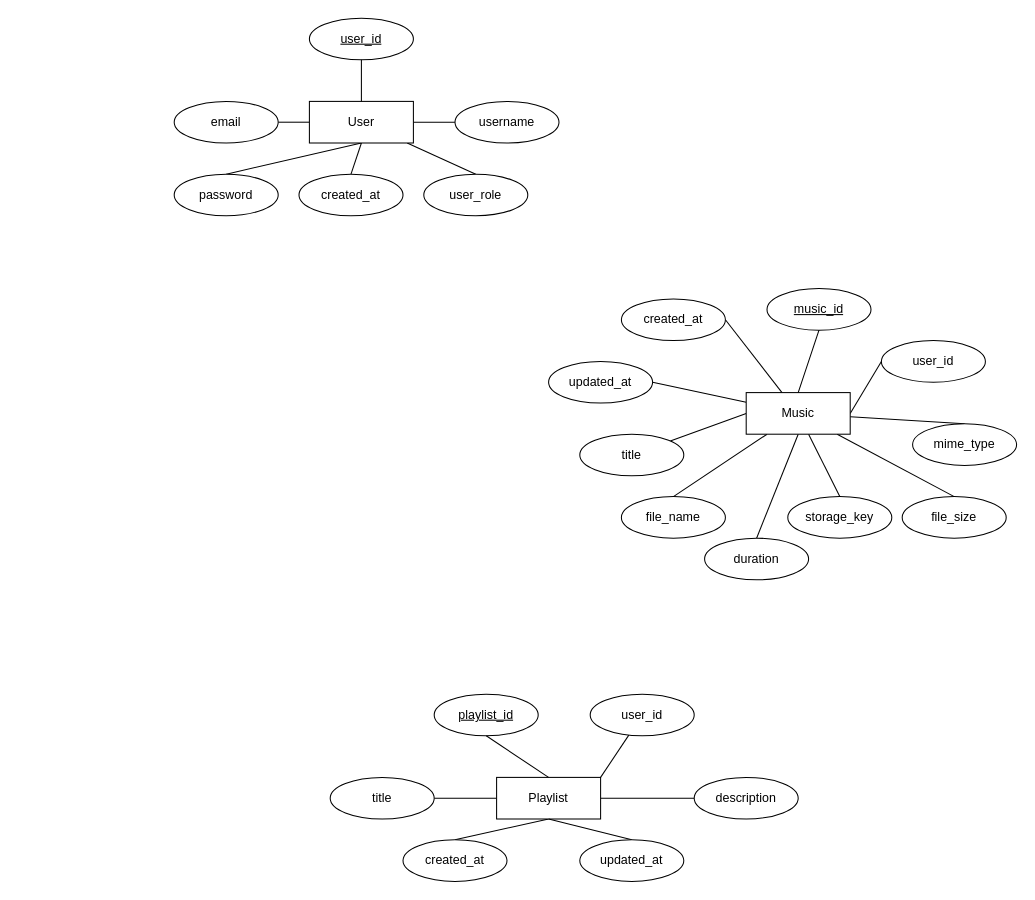
Above: erd.drawio in thomas1854/musicapi (draw.io), before the change. Source tidied: cells renumbered, new cells numbered last; positions are measured from the earlier drawing's top-left corner, leaving out a move shared by most shapes. Both pictures are drawn from the tidied source at 104%, with x=0, y=0 at pixel (174, 18).
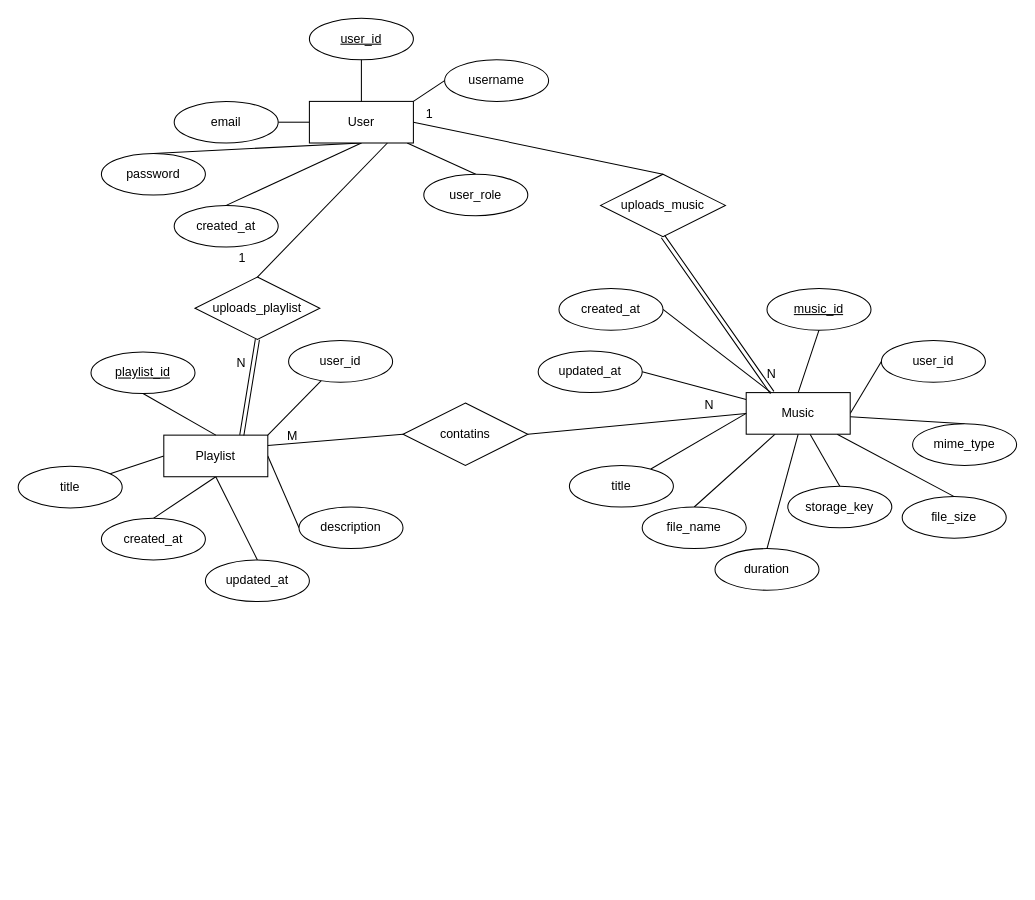
After the change.

Commit message (it also covers changes not shown here):
feat: add music deletion from playlist with authorization

Unchanged cells that the change refers to:
```xml
<mxCell id="7" value="User" style="whiteSpace=wrap;html=1;align=center;" parent="1" vertex="1">
  <mxGeometry x="130" y="80" width="100" height="40" as="geometry" />
</mxCell>
<mxCell id="24" value="Music" style="whiteSpace=wrap;html=1;align=center;" parent="1" vertex="1">
  <mxGeometry x="550" y="360" width="100" height="40" as="geometry" />
</mxCell>
```

Diff of the diagram source:
```diff
@@
-    <mxCell id="3" style="rounded=0;jettySize=auto;html=1;exitX=1;exitY=0.5;exitDx=0;exitDy=0;entryX=0;entryY=0.5;entryDx=0;entryDy=0;endArrow=none;endFill=0;" parent="1" edge="1" source="7" target="9">
+    <mxCell id="3" style="rounded=0;jettySize=auto;html=1;exitX=1;exitY=0;exitDx=0;exitDy=0;entryX=0;entryY=0.5;entryDx=0;entryDy=0;endArrow=none;endFill=0;" parent="1" edge="1" source="7" target="9">
       <mxGeometry relative="1" as="geometry" />
     </mxCell>
@@
     <mxCell id="9" value="&lt;p&gt;username&lt;/p&gt;" style="ellipse;whiteSpace=wrap;html=1;align=center;fontStyle=0;" parent="1" vertex="1">
-      <mxGeometry x="270" y="80" width="100" height="40" as="geometry" />
+      <mxGeometry x="260" y="40" width="100" height="40" as="geometry" />
     </mxCell>
@@
     <mxCell id="11" value="password" style="ellipse;whiteSpace=wrap;html=1;align=center;" parent="1" vertex="1">
-      <mxGeometry y="150" width="100" height="40" as="geometry" />
+      <mxGeometry x="-70" y="130" width="100" height="40" as="geometry" />
     </mxCell>
@@
     <mxCell id="13" value="created_at" style="ellipse;whiteSpace=wrap;html=1;align=center;" parent="1" vertex="1">
-      <mxGeometry x="120" y="150" width="100" height="40" as="geometry" />
+      <mxGeometry y="180" width="100" height="40" as="geometry" />
     </mxCell>
@@
     <mxCell id="27" value="title" style="ellipse;whiteSpace=wrap;html=1;align=center;" parent="1" vertex="1">
-      <mxGeometry x="390" y="400" width="100" height="40" as="geometry" />
+      <mxGeometry x="380" y="430" width="100" height="40" as="geometry" />
     </mxCell>
@@
     <mxCell id="29" value="duration" style="ellipse;whiteSpace=wrap;html=1;align=center;" parent="1" vertex="1">
-      <mxGeometry x="510" y="500" width="100" height="40" as="geometry" />
+      <mxGeometry x="520" y="510" width="100" height="40" as="geometry" />
     </mxCell>
     <mxCell id="30" value="file_name" style="ellipse;whiteSpace=wrap;html=1;align=center;" parent="1" vertex="1">
-      <mxGeometry x="430" y="460" width="100" height="40" as="geometry" />
+      <mxGeometry x="450" y="470" width="100" height="40" as="geometry" />
     </mxCell>
     <mxCell id="31" value="storage_key" style="ellipse;whiteSpace=wrap;html=1;align=center;" parent="1" vertex="1">
-      <mxGeometry x="590" y="460" width="100" height="40" as="geometry" />
+      <mxGeometry x="590" y="450" width="100" height="40" as="geometry" />
     </mxCell>
@@
     <mxCell id="34" value="created_at" style="ellipse;whiteSpace=wrap;html=1;align=center;" parent="1" vertex="1">
-      <mxGeometry x="430" y="270" width="100" height="40" as="geometry" />
+      <mxGeometry x="370" y="260" width="100" height="40" as="geometry" />
     </mxCell>
     <mxCell id="35" value="updated_at" style="ellipse;whiteSpace=wrap;html=1;align=center;" parent="1" vertex="1">
-      <mxGeometry x="360" y="330" width="100" height="40" as="geometry" />
+      <mxGeometry x="350" y="320" width="100" height="40" as="geometry" />
     </mxCell>
@@
     <mxCell id="39" value="Playlist" style="whiteSpace=wrap;html=1;align=center;" parent="1" vertex="1">
-      <mxGeometry x="310" y="730" width="100" height="40" as="geometry" />
+      <mxGeometry x="-10" y="400.9" width="100" height="40" as="geometry" />
     </mxCell>
     <mxCell id="40" value="playlist_id" style="ellipse;whiteSpace=wrap;html=1;align=center;fontStyle=4;" parent="1" vertex="1">
-      <mxGeometry x="250" y="650" width="100" height="40" as="geometry" />
+      <mxGeometry x="-80" y="320.9" width="100" height="40" as="geometry" />
     </mxCell>
     <mxCell id="41" value="&lt;p&gt;description&lt;/p&gt;" style="ellipse;whiteSpace=wrap;html=1;align=center;fontStyle=0;" parent="1" vertex="1">
-      <mxGeometry x="500" y="730" width="100" height="40" as="geometry" />
+      <mxGeometry x="120" y="470" width="100" height="40" as="geometry" />
     </mxCell>
     <mxCell id="42" value="title" style="ellipse;whiteSpace=wrap;html=1;align=center;" parent="1" vertex="1">
-      <mxGeometry x="150" y="730" width="100" height="40" as="geometry" />
+      <mxGeometry x="-150" y="430.9" width="100" height="40" as="geometry" />
     </mxCell>
@@
     <mxCell id="44" value="created_at" style="ellipse;whiteSpace=wrap;html=1;align=center;" parent="1" vertex="1">
-      <mxGeometry x="220" y="790" width="100" height="40" as="geometry" />
+      <mxGeometry x="-70" y="480.9" width="100" height="40" as="geometry" />
     </mxCell>
@@
     <mxCell id="46" value="updated_at" style="ellipse;whiteSpace=wrap;html=1;align=center;" parent="1" vertex="1">
-      <mxGeometry x="390" y="790" width="100" height="40" as="geometry" />
+      <mxGeometry x="30" y="520.9" width="100" height="40" as="geometry" />
     </mxCell>
@@
     <mxCell id="48" value="&lt;p&gt;user_id&lt;/p&gt;" style="ellipse;whiteSpace=wrap;html=1;align=center;fontStyle=0;" parent="1" vertex="1">
-      <mxGeometry x="400" y="650" width="100" height="40" as="geometry" />
+      <mxGeometry x="110" y="310" width="100" height="40" as="geometry" />
     </mxCell>
+    <mxCell id="49" value="uploads_music" style="shape=rhombus;perimeter=rhombusPerimeter;whiteSpace=wrap;html=1;align=center;" parent="1" vertex="1">
+      <mxGeometry x="410" y="150" width="120" height="60" as="geometry" />
+    </mxCell>
+    <mxCell id="50" style="endArrow=none;html=1;rounded=0;exitX=1;exitY=0.5;exitDx=0;exitDy=0;entryX=0.5;entryY=0;entryDx=0;entryDy=0;" parent="1" edge="1" source="7" target="49">
+      <mxGeometry relative="1" as="geometry" />
+    </mxCell>
+    <mxCell id="51" value="1" style="html=1;whiteSpace=wrap;align=right;verticalAlign=bottom;" parent="50" vertex="1">
+      <mxGeometry x="1" relative="1" as="geometry">
+        <mxPoint x="-220" y="-50" as="offset" />
+      </mxGeometry>
+    </mxCell>
+    <mxCell id="52" style="shape=link;html=1;rounded=0;exitX=0.5;exitY=1;exitDx=0;exitDy=0;entryX=0.25;entryY=0;entryDx=0;entryDy=0;" parent="1" edge="1" source="49" target="24">
+      <mxGeometry relative="1" as="geometry" />
+    </mxCell>
+    <mxCell id="53" value="N" style="html=1;whiteSpace=wrap;align=right;verticalAlign=bottom;" parent="52" vertex="1">
+      <mxGeometry x="1" relative="1" as="geometry">
+        <mxPoint x="5" y="-10" as="offset" />
+      </mxGeometry>
+    </mxCell>
+    <mxCell id="54" value="uploads_playlist" style="shape=rhombus;perimeter=rhombusPerimeter;whiteSpace=wrap;html=1;align=center;" parent="1" vertex="1">
+      <mxGeometry x="20" y="248.9" width="120" height="60" as="geometry" />
+    </mxCell>
+    <mxCell id="55" style="endArrow=none;html=1;rounded=0;exitX=0.75;exitY=1;exitDx=0;exitDy=0;entryX=0.5;entryY=0;entryDx=0;entryDy=0;" parent="1" edge="1" source="7" target="54">
+      <mxGeometry relative="1" as="geometry" />
+    </mxCell>
+    <mxCell id="56" value="1" style="html=1;whiteSpace=wrap;align=right;verticalAlign=bottom;" parent="55" vertex="1">
+      <mxGeometry x="1" relative="1" as="geometry">
+        <mxPoint x="-10" y="-10" as="offset" />
+      </mxGeometry>
+    </mxCell>
+    <mxCell id="57" style="shape=link;html=1;rounded=0;exitX=0.5;exitY=1;exitDx=0;exitDy=0;entryX=0.75;entryY=0;entryDx=0;entryDy=0;" parent="1" edge="1" source="54" target="39">
+      <mxGeometry relative="1" as="geometry" />
+    </mxCell>
+    <mxCell id="58" value="N" style="html=1;whiteSpace=wrap;align=right;verticalAlign=bottom;" parent="57" vertex="1">
+      <mxGeometry x="1" relative="1" as="geometry">
+        <mxPoint x="5" y="-61" as="offset" />
+      </mxGeometry>
+    </mxCell>
+    <mxCell id="59" value="contatins" style="shape=rhombus;perimeter=rhombusPerimeter;whiteSpace=wrap;html=1;align=center;" parent="1" vertex="1">
+      <mxGeometry x="220" y="370" width="120" height="60" as="geometry" />
+    </mxCell>
+    <mxCell id="60" style="endArrow=none;html=1;rounded=0;exitX=1;exitY=0.25;exitDx=0;exitDy=0;entryX=0;entryY=0.5;entryDx=0;entryDy=0;" parent="1" edge="1" source="39" target="59">
+      <mxGeometry relative="1" as="geometry" />
+    </mxCell>
+    <mxCell id="61" value="M" style="html=1;whiteSpace=wrap;align=right;verticalAlign=bottom;" parent="60" vertex="1">
+      <mxGeometry x="1" relative="1" as="geometry">
+        <mxPoint x="-100" y="10" as="offset" />
+      </mxGeometry>
+    </mxCell>
+    <mxCell id="62" style="endArrow=none;html=1;rounded=0;exitX=1;exitY=0.5;exitDx=0;exitDy=0;entryX=0;entryY=0.5;entryDx=0;entryDy=0;" parent="1" edge="1" source="59" target="24">
+      <mxGeometry relative="1" as="geometry" />
+    </mxCell>
+    <mxCell id="63" value="N" style="html=1;whiteSpace=wrap;align=right;verticalAlign=bottom;" parent="62" vertex="1">
+      <mxGeometry x="1" relative="1" as="geometry">
+        <mxPoint x="-30" as="offset" />
+      </mxGeometry>
+    </mxCell>
```
